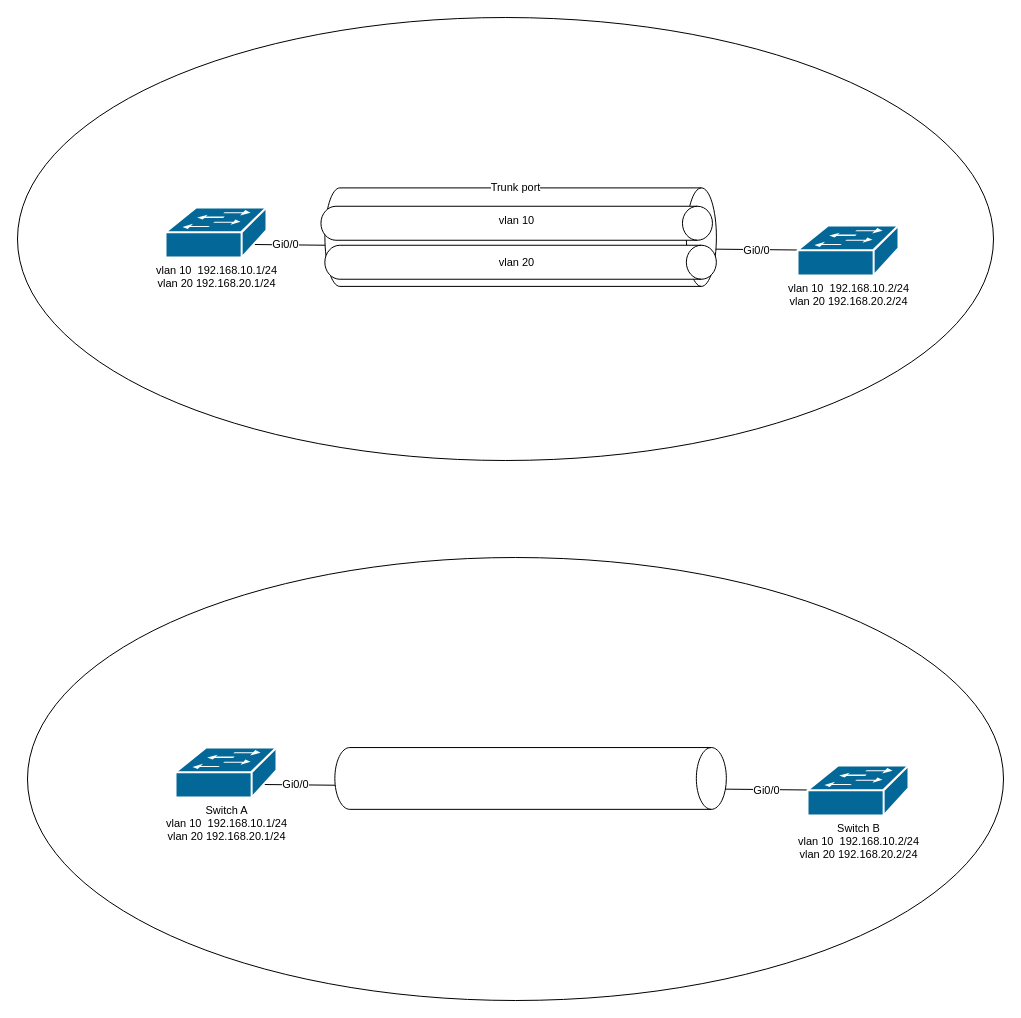
This is page "ページ7" (7 of 7) of memo.drawio from kyforprogram/ccna, a draw.io file, before an edit. Source tidied: cells renumbered, new cells numbered last; positions are measured from the earlier drawing's top-left corner, leaving out a move shared by most shapes. Both pictures are drawn from the tidied source at 100%, with x=0, y=0 at pixel (17, 17).
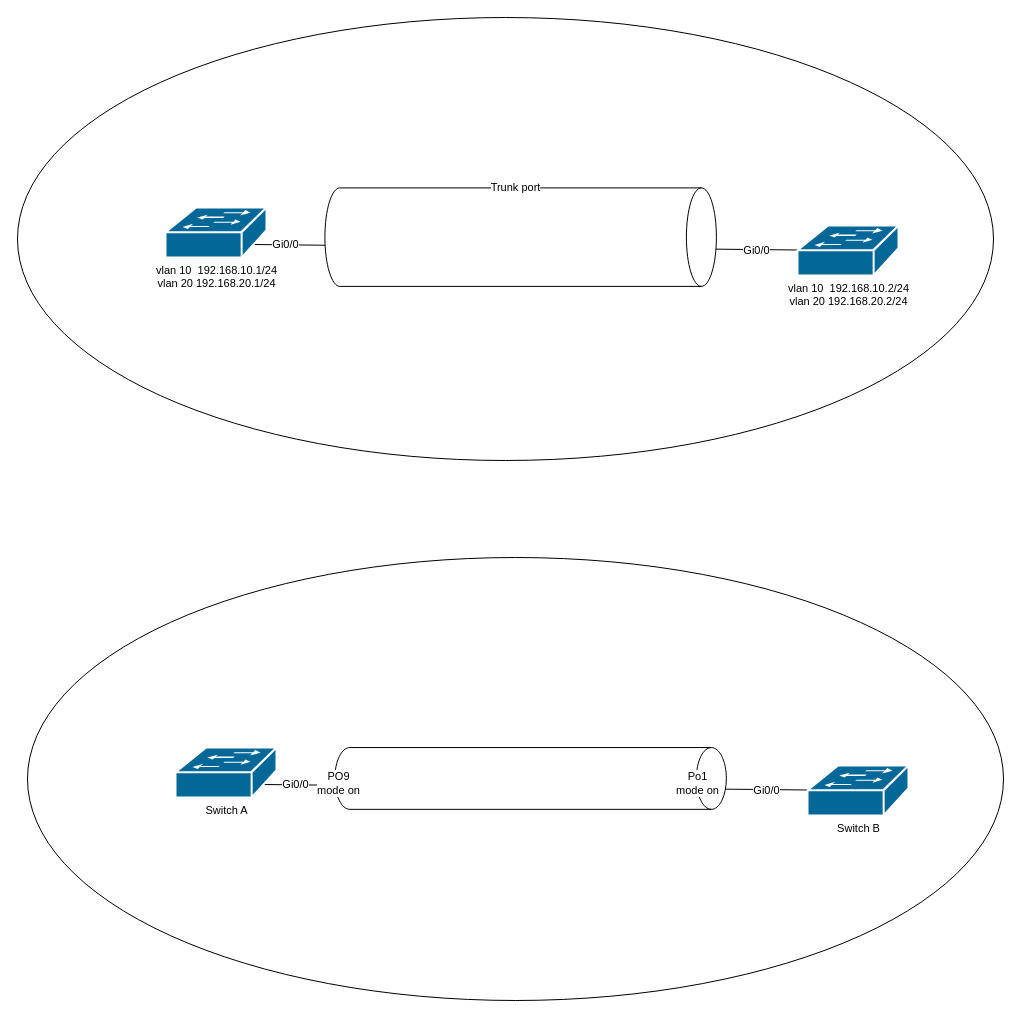
The same page after the edit.

Commit message:
memo.drawio を更新します

The edit, as a diff of the source:
```diff
@@
-    <mxCell id="14" value="&lt;div&gt;Switch A&lt;/div&gt;vlan 10&amp;nbsp;&amp;nbsp;&lt;span style=&quot;background-color: initial;&quot;&gt;192.168.10.1/24&lt;/span&gt;&lt;div&gt;vlan 20 192.168.20.1/24&lt;/div&gt;" style="shape=mxgraph.cisco.switches.workgroup_switch;sketch=0;html=1;dashed=0;fillColor=#036897;strokeColor=#ffffff;strokeWidth=2;verticalLabelPosition=bottom;verticalAlign=top;align=center;outlineConnect=0;fontFamily=Helvetica;fontSize=11;fontColor=default;" parent="1" vertex="1">
+    <mxCell id="14" value="&lt;div&gt;Switch A&lt;/div&gt;" style="shape=mxgraph.cisco.switches.workgroup_switch;sketch=0;html=1;dashed=0;fillColor=#036897;strokeColor=#ffffff;strokeWidth=2;verticalLabelPosition=bottom;verticalAlign=top;align=center;outlineConnect=0;fontFamily=Helvetica;fontSize=11;fontColor=default;" parent="1" vertex="1">
       <mxGeometry x="158" y="730" width="101" height="50" as="geometry" />
     </mxCell>
-    <mxCell id="15" value="&lt;div&gt;Switch B&lt;/div&gt;vlan 10&amp;nbsp;&amp;nbsp;&lt;span style=&quot;background-color: initial;&quot;&gt;192.168.10.2/24&lt;/span&gt;&lt;div&gt;&lt;span style=&quot;background-color: initial;&quot;&gt;vlan 20 192.168.20.2/24&lt;/span&gt;&lt;/div&gt;" style="shape=mxgraph.cisco.switches.workgroup_switch;sketch=0;html=1;dashed=0;fillColor=#036897;strokeColor=#ffffff;strokeWidth=2;verticalLabelPosition=bottom;verticalAlign=top;align=center;outlineConnect=0;fontFamily=Helvetica;fontSize=11;fontColor=default;" parent="1" vertex="1">
+    <mxCell id="15" value="&lt;div&gt;Switch B&lt;/div&gt;" style="shape=mxgraph.cisco.switches.workgroup_switch;sketch=0;html=1;dashed=0;fillColor=#036897;strokeColor=#ffffff;strokeWidth=2;verticalLabelPosition=bottom;verticalAlign=top;align=center;outlineConnect=0;fontFamily=Helvetica;fontSize=11;fontColor=default;" parent="1" vertex="1">
       <mxGeometry x="790" y="748" width="101" height="50" as="geometry" />
     </mxCell>
@@
-    <mxCell id="17" style="shape=cylinder3;whiteSpace=wrap;html=1;boundedLbl=1;backgroundOutline=1;size=15;fontFamily=Helvetica;fontSize=11;fontColor=default;labelBackgroundColor=default;rotation=90;fillColor=default;" parent="1" vertex="1">
-      <mxGeometry x="482.2" y="10" width="34" height="391.5" as="geometry" />
-    </mxCell>
-    <mxCell id="18" value="vlan 10" style="text;html=1;align=center;verticalAlign=middle;strokeColor=none;fillColor=none;fontFamily=Helvetica;fontSize=11;fontColor=default;labelBackgroundColor=default;" parent="1" vertex="1">
-      <mxGeometry x="472.8" y="190" width="53" height="25" as="geometry" />
-    </mxCell>
-    <mxCell id="19" style="shape=cylinder3;whiteSpace=wrap;html=1;boundedLbl=1;backgroundOutline=1;size=15;fontFamily=Helvetica;fontSize=11;fontColor=default;labelBackgroundColor=default;rotation=90;fillColor=default;" parent="1" vertex="1">
-      <mxGeometry x="486.1" y="49" width="34" height="391.5" as="geometry" />
-    </mxCell>
-    <mxCell id="20" value="vlan 20" style="text;html=1;align=center;verticalAlign=middle;strokeColor=none;fillColor=none;fontFamily=Helvetica;fontSize=11;fontColor=default;labelBackgroundColor=default;" parent="1" vertex="1">
-      <mxGeometry x="472.8" y="232.2" width="53" height="25" as="geometry" />
-    </mxCell>
+    <mxCell id="21" value="PO9&lt;div&gt;mode on&lt;/div&gt;" style="edgeLabel;html=1;align=center;verticalAlign=middle;" parent="1" vertex="1">
+      <mxGeometry x="308.4" y="767.6" as="geometry">
+        <mxPoint x="12" y="-2" as="offset" />
+      </mxGeometry>
+    </mxCell>
+    <mxCell id="22" value="Po1&lt;div&gt;mode on&lt;/div&gt;" style="edgeLabel;html=1;align=center;verticalAlign=middle;" parent="1" vertex="1">
+      <mxGeometry x="667" y="767.6" as="geometry">
+        <mxPoint x="12" y="-2" as="offset" />
+      </mxGeometry>
+    </mxCell>
```
